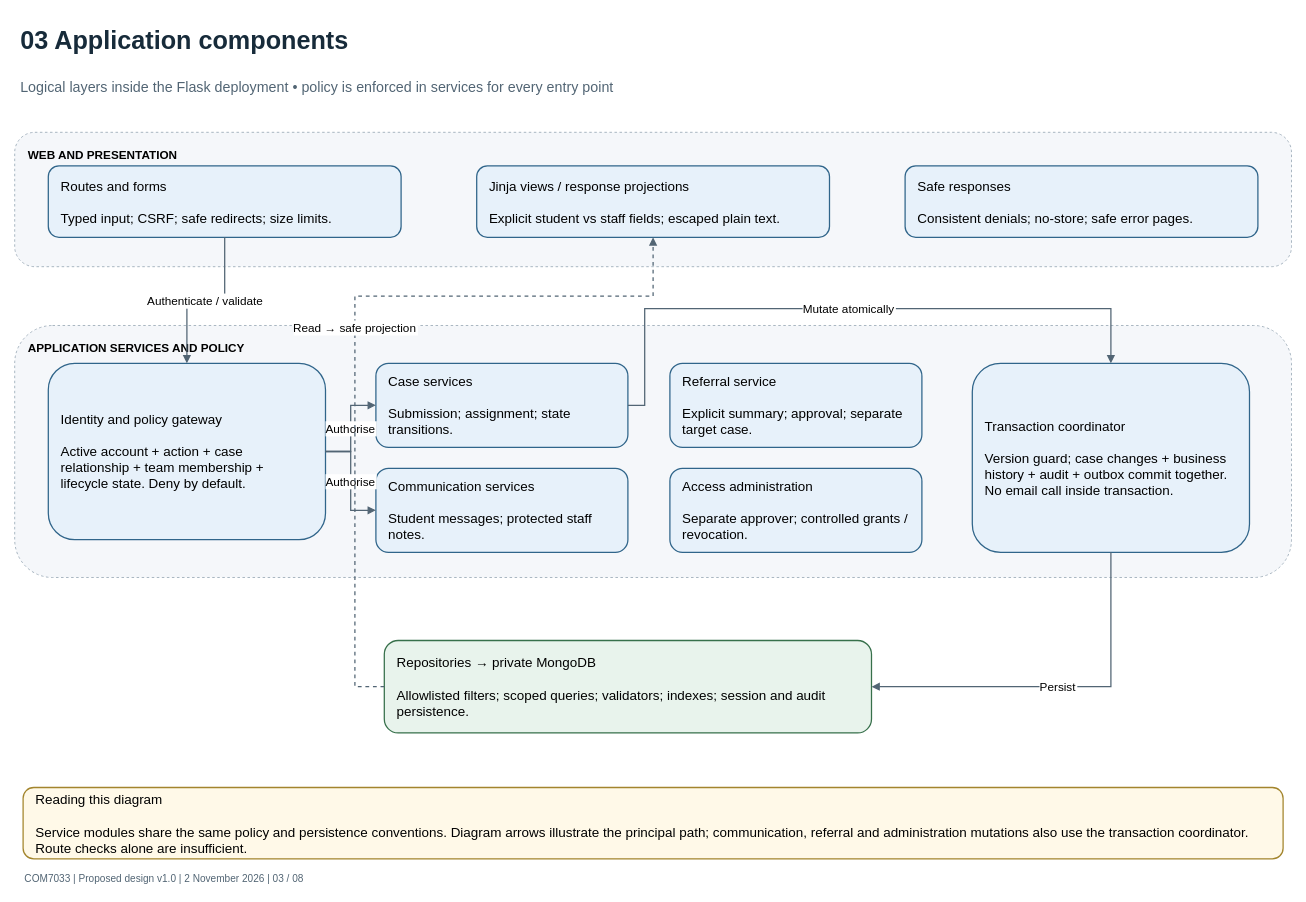
The draw.io diagram page "03 Application components" (3 of 8) of docs/architecture/student-support-architecture.drawio in JEGSON/student-support-system, before the edit. Source tidied: cells renumbered, new cells numbered last; positions are measured from the earlier drawing's top-left corner, leaving out a move shared by most shapes. Both pictures are drawn from the tidied source at 84%, with x=0, y=0 at pixel (14, 14).
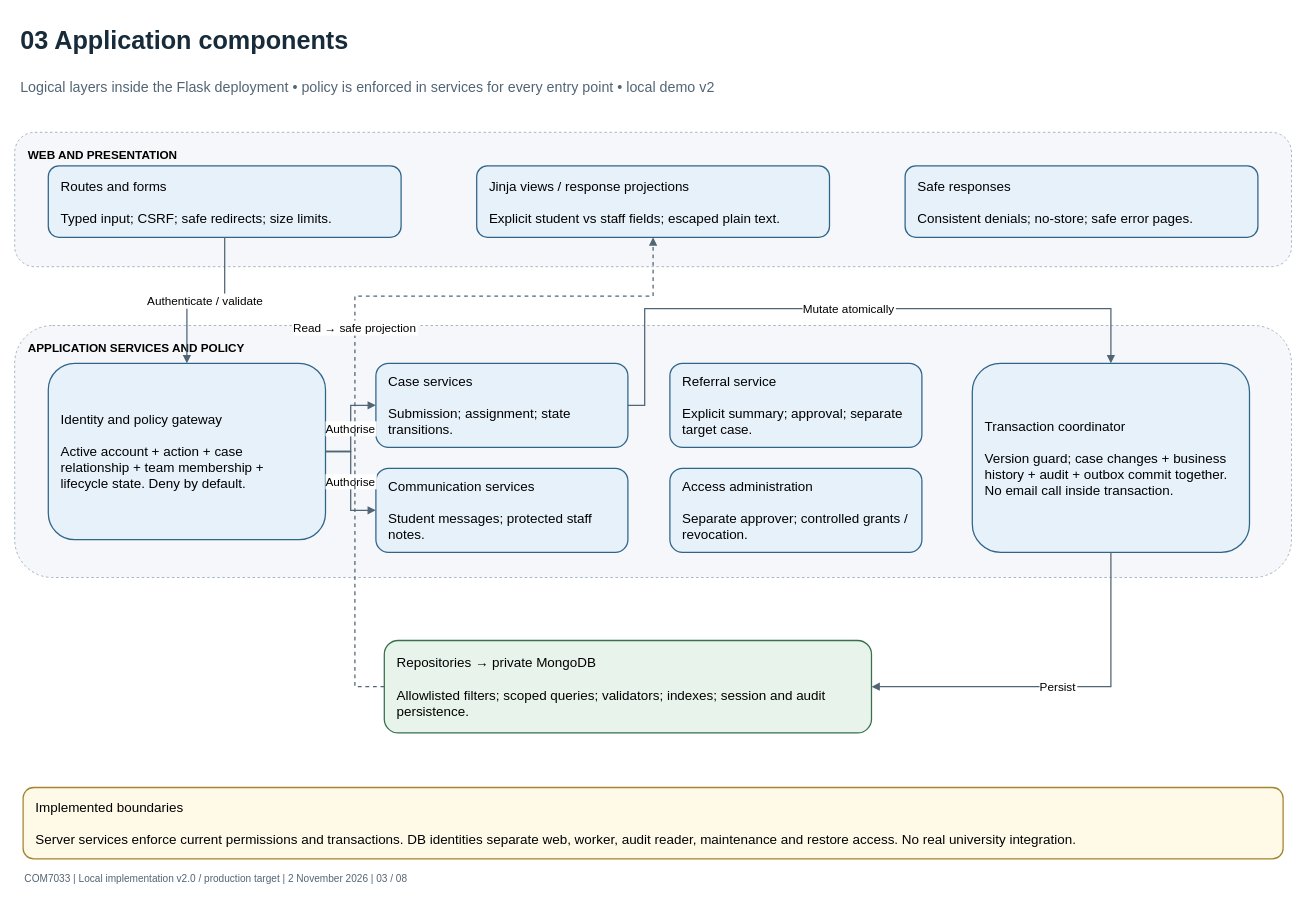
The same page after the edit.

The edit, as a diff of the source:
```diff
@@
-    <mxCell id="3" value="Logical layers inside the Flask deployment • policy is enforced in services for every entry point" style="text;html=0;align=left;verticalAlign=middle;fontSize=17;fontColor=#526574;whiteSpace=wrap;" parent="1" vertex="1">
+    <mxCell id="3" value="Logical layers inside the Flask deployment • policy is enforced in services for every entry point • local demo v2" style="text;html=0;align=left;verticalAlign=middle;fontSize=17;fontColor=#526574;whiteSpace=wrap;" parent="1" vertex="1">
       <mxGeometry x="5" y="65" width="1510" height="45" as="geometry" />
     </mxCell>
@@
-    <mxCell id="16" value="Reading this diagram&#10;&#10;Service modules share the same policy and persistence conventions. Diagram arrows illustrate the principal path; communication, referral and administration mutations also use the transaction coordinator. Route checks alone are insufficient." style="rounded=1;html=0;whiteSpace=wrap;align=left;verticalAlign=middle;spacing=15;fontSize=16;fillColor=#fff9e8;strokeColor=#a3852d;strokeWidth=1.5;" parent="1" vertex="1">
+    <mxCell id="16" value="Implemented boundaries&#10;&#10;Server services enforce current permissions and transactions. DB identities separate web, worker, audit reader, maintenance and restore access. No real university integration." style="rounded=1;html=0;whiteSpace=wrap;align=left;verticalAlign=middle;spacing=15;fontSize=16;fillColor=#fff9e8;strokeColor=#a3852d;strokeWidth=1.5;" parent="1" vertex="1">
       <mxGeometry x="10" y="920" width="1500" height="85" as="geometry" />
     </mxCell>
@@
-    <mxCell id="23" value="COM7033 | Proposed design v1.0 | 2 November 2026 | 03 / 08" style="text;html=0;align=left;fontSize=12;fontColor=#526574;" parent="1" vertex="1">
+    <mxCell id="23" value="COM7033 | Local implementation v2.0 / production target | 2 November 2026 | 03 / 08" style="text;html=0;align=left;fontSize=12;fontColor=#526574;" parent="1" vertex="1">
       <mxGeometry x="10" y="1015" width="1500" height="25" as="geometry" />
     </mxCell>
```
